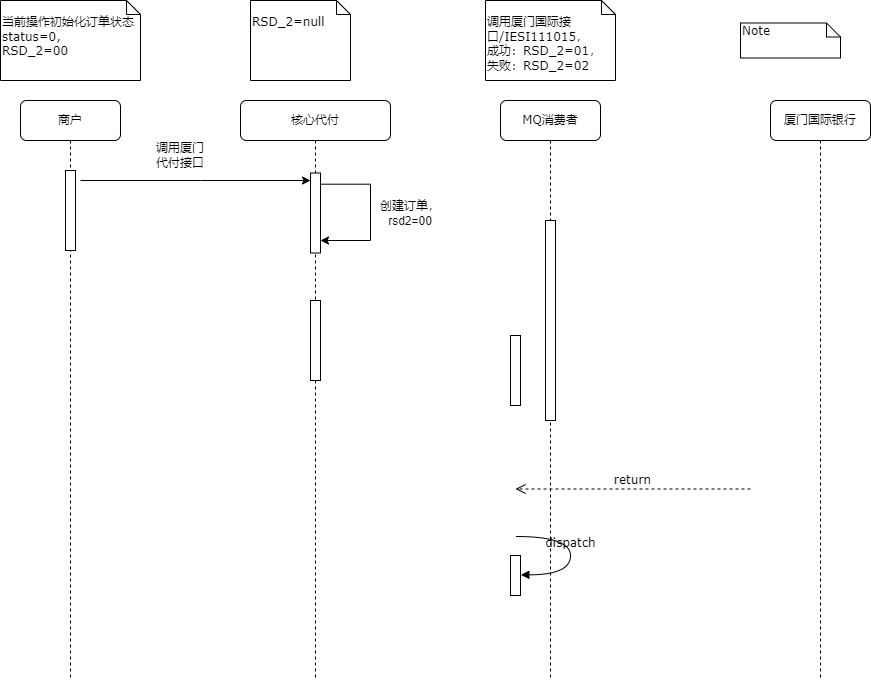
This is 厦门银行订单状态RSD_2.png from songyibo2019/mydiagrams, a draw.io export, as it was before one commit. Source tidied: cells renumbered, new cells last; positions are measured from the earlier drawing's top-left corner, leaving out a move shared by most shapes.
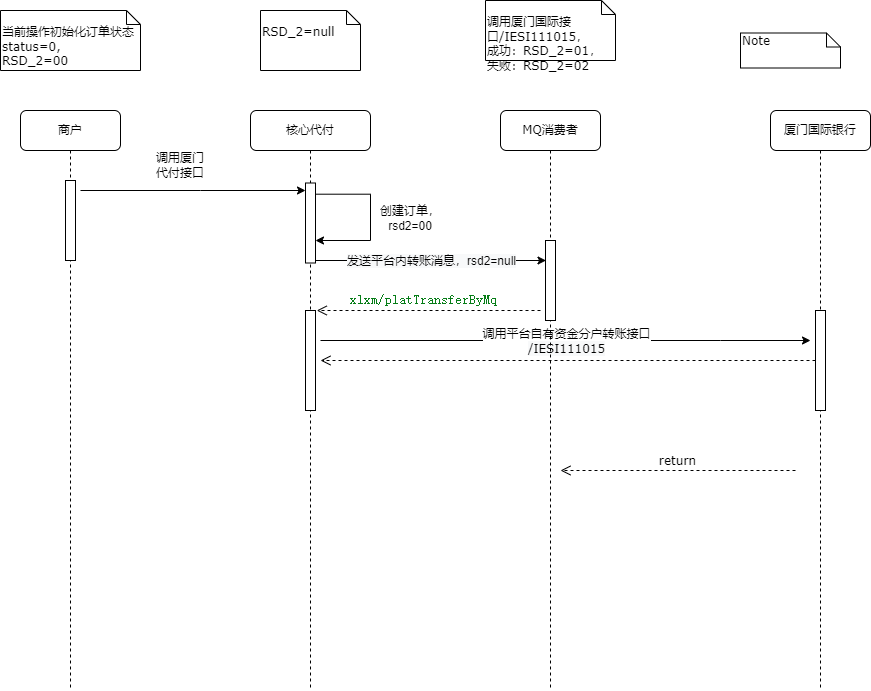
After the change.

Commit message:
Update 厦门银行订单状态RSD_2.png

Change to the diagram source:
```diff
@@ -3,17 +3,19 @@
     <mxCell id="0" />
     <mxCell id="1" parent="0" />
     <mxCell id="2" value="核心代付" style="shape=umlLifeline;perimeter=lifelinePerimeter;whiteSpace=wrap;html=1;rounded=1;shadow=0;comic=0;labelBackgroundColor=none;strokeWidth=1;fontFamily=Verdana;fontSize=12;align=center;" parent="1" vertex="1">
-      <mxGeometry x="240" y="100" width="150" height="580" as="geometry" />
+      <mxGeometry x="250" y="100" width="120" height="580" as="geometry" />
     </mxCell>
     <mxCell id="3" style="html=1;points=[];perimeter=orthogonalPerimeter;rounded=0;shadow=0;comic=0;labelBackgroundColor=none;strokeWidth=1;fontFamily=Verdana;fontSize=12;align=center;" parent="2" vertex="1">
-      <mxGeometry x="70" y="72.5" width="10" height="80" as="geometry" />
+      <mxGeometry x="55" y="72.5" width="10" height="80" as="geometry" />
     </mxCell>
     <mxCell id="4" style="html=1;perimeter=orthogonalPerimeter;rounded=0;shadow=0;comic=0;labelBackgroundColor=none;strokeWidth=1;fontFamily=Verdana;fontSize=12;align=center;" parent="2" vertex="1">
-      <mxGeometry x="70" y="200" width="10" height="80" as="geometry" />
+      <mxGeometry x="55" y="200" width="10" height="100" as="geometry" />
     </mxCell>
     <mxCell id="5" style="edgeStyle=elbowEdgeStyle;elbow=vertical;endArrow=classic;html=1;rounded=0;exitX=1;exitY=0.14;exitDx=0;exitDy=0;exitPerimeter=0;" parent="2" edge="1" source="3" target="3">
       <mxGeometry relative="1" as="geometry">
         <Array as="points">
+          <mxPoint x="120" y="130" />
+          <mxPoint x="100" y="130" />
           <mxPoint x="130" y="140" />
           <mxPoint x="150" y="130" />
           <mxPoint x="160" y="140" />
@@ -28,18 +30,42 @@
         </Array>
       </mxGeometry>
     </mxCell>
-    <mxCell id="6" value="创建订单，rsd2=00" style="text;html=1;strokeColor=none;fillColor=none;align=center;verticalAlign=middle;whiteSpace=wrap;rounded=0;" parent="2" vertex="1">
-      <mxGeometry x="130" y="95" width="80" height="35" as="geometry" />
-    </mxCell>
+    <mxCell id="22" style="endArrow=classic;html=1;rounded=0;" parent="2" edge="1">
+      <mxGeometry relative="1" as="geometry">
+        <mxPoint x="70" y="230" as="sourcePoint" />
+        <mxPoint x="560" y="230" as="targetPoint" />
+        <Array as="points">
+          <mxPoint x="470" y="230" />
+        </Array>
+      </mxGeometry>
+    </mxCell>
+    <mxCell id="23" value="调用平台自有资金分户转账接口&lt;br&gt;&lt;span style=&quot;font-family: &amp;#34;verdana&amp;#34; ; font-size: 10px ; text-align: left ; background-color: rgb(248 , 249 , 250)&quot;&gt;/IESI111015&lt;/span&gt;" style="edgeLabel;html=1;align=center;verticalAlign=middle;" parent="22" vertex="1">
+      <mxGeometry relative="1" as="geometry" />
+    </mxCell>
     <mxCell id="7" value="MQ消费者" style="shape=umlLifeline;perimeter=lifelinePerimeter;whiteSpace=wrap;html=1;rounded=1;shadow=0;comic=0;labelBackgroundColor=none;strokeWidth=1;fontFamily=Verdana;fontSize=12;align=center;" parent="1" vertex="1">
       <mxGeometry x="500" y="100" width="100" height="580" as="geometry" />
     </mxCell>
     <mxCell id="8" style="html=1;perimeter=orthogonalPerimeter;rounded=0;shadow=0;comic=0;labelBackgroundColor=none;strokeWidth=1;fontFamily=Verdana;fontSize=12;align=center;" parent="7" vertex="1">
-      <mxGeometry x="45" y="120" width="10" height="200" as="geometry" />
+      <mxGeometry x="45" y="130" width="10" height="80" as="geometry" />
     </mxCell>
+    <mxCell id="24" style="endArrow=classic;html=1;rounded=0;" parent="7" edge="1">
+      <mxGeometry relative="1" as="geometry">
+        <mxPoint x="-185" y="150" as="sourcePoint" />
+        <mxPoint x="45.5" y="150" as="targetPoint" />
+        <Array as="points">
+          <mxPoint x="-24.5" y="150" />
+        </Array>
+      </mxGeometry>
+    </mxCell>
+    <mxCell id="25" value="&lt;span style=&quot;font-size: 12px ; background-color: rgb(248 , 249 , 250)&quot;&gt;发送平台内转账消息，rsd2=null&lt;/span&gt;" style="edgeLabel;html=1;align=center;verticalAlign=middle;" parent="24" vertex="1">
+      <mxGeometry relative="1" as="geometry" />
+    </mxCell>
     <mxCell id="9" value="厦门国际银行" style="shape=umlLifeline;perimeter=lifelinePerimeter;whiteSpace=wrap;html=1;rounded=1;shadow=0;comic=0;labelBackgroundColor=none;strokeWidth=1;fontFamily=Verdana;fontSize=12;align=center;" parent="1" vertex="1">
       <mxGeometry x="770" y="100" width="100" height="580" as="geometry" />
     </mxCell>
+    <mxCell id="26" style="html=1;perimeter=orthogonalPerimeter;rounded=0;shadow=0;comic=0;labelBackgroundColor=none;strokeWidth=1;fontFamily=Verdana;fontSize=12;align=center;" parent="9" vertex="1">
+      <mxGeometry x="45" y="200" width="10" height="100" as="geometry" />
+    </mxCell>
     <mxCell id="10" value="商户" style="shape=umlLifeline;perimeter=lifelinePerimeter;whiteSpace=wrap;html=1;rounded=1;shadow=0;comic=0;labelBackgroundColor=none;strokeWidth=1;fontFamily=Verdana;fontSize=12;align=center;" parent="1" vertex="1">
       <mxGeometry x="20" y="100" width="100" height="580" as="geometry" />
     </mxCell>
@@ -48,34 +74,18 @@
     </mxCell>
     <mxCell id="12" value="return" style="html=1;verticalAlign=bottom;endArrow=open;dashed=1;endSize=8;exitX=0;exitY=0.95;labelBackgroundColor=none;fontFamily=Verdana;fontSize=12;" parent="1" edge="1">
       <mxGeometry relative="1" as="geometry">
-        <mxPoint x="750" y="488.5" as="sourcePoint" />
-        <mxPoint x="515" y="488.5" as="targetPoint" />
+        <mxPoint x="795" y="460" as="sourcePoint" />
+        <mxPoint x="560" y="460" as="targetPoint" />
       </mxGeometry>
     </mxCell>
-    <mxCell id="13" style="html=1;perimeter=orthogonalPerimeter;rounded=0;shadow=0;comic=0;labelBackgroundColor=none;strokeWidth=1;fontFamily=Verdana;fontSize=12;align=center;" parent="1" vertex="1">
-      <mxGeometry x="510" y="335" width="10" height="70" as="geometry" />
-    </mxCell>
-    <mxCell id="14" style="html=1;perimeter=orthogonalPerimeter;rounded=0;shadow=0;comic=0;labelBackgroundColor=none;strokeWidth=1;fontFamily=Verdana;fontSize=12;align=center;" parent="1" vertex="1">
-      <mxGeometry x="510" y="555" width="10" height="40" as="geometry" />
-    </mxCell>
-    <mxCell id="15" value="dispatch" style="html=1;verticalAlign=bottom;endArrow=block;labelBackgroundColor=none;fontFamily=Verdana;fontSize=12;elbow=vertical;edgeStyle=orthogonalEdgeStyle;curved=1;entryX=1;entryY=0.286;entryPerimeter=0;exitX=1.038;exitY=0.345;exitPerimeter=0;" parent="1" edge="1">
-      <mxGeometry relative="1" as="geometry">
-        <mxPoint x="515.3" y="536" as="sourcePoint" />
-        <mxPoint x="520.3" y="574.3" as="targetPoint" />
-        <Array as="points">
-          <mxPoint x="570" y="536" />
-          <mxPoint x="570" y="574" />
-        </Array>
-      </mxGeometry>
-    </mxCell>
     <mxCell id="16" value="&lt;br&gt;当前操作初始化订单状态status=0, &lt;br&gt;RSD_2=00" style="shape=note;whiteSpace=wrap;html=1;size=14;verticalAlign=top;align=left;spacingTop=-6;rounded=0;shadow=0;comic=0;labelBackgroundColor=none;strokeWidth=1;fontFamily=Verdana;fontSize=12;" parent="1" vertex="1">
-      <mxGeometry width="140" height="80" as="geometry" />
+      <mxGeometry width="140" height="60" as="geometry" />
     </mxCell>
     <mxCell id="17" value="&lt;br&gt;RSD_2=null" style="shape=note;whiteSpace=wrap;html=1;size=14;verticalAlign=top;align=left;spacingTop=-6;rounded=0;shadow=0;comic=0;labelBackgroundColor=none;strokeWidth=1;fontFamily=Verdana;fontSize=12;" parent="1" vertex="1">
-      <mxGeometry x="250" width="100" height="80" as="geometry" />
+      <mxGeometry x="260" width="100" height="60" as="geometry" />
     </mxCell>
     <mxCell id="18" value="&lt;font style=&quot;font-size: 10px&quot;&gt;&lt;br&gt;调用厦门国际接口/IESI111015，&lt;br&gt;成功：RSD_2=01，&lt;br&gt;失败：RSD_2=02&lt;/font&gt;" style="shape=note;whiteSpace=wrap;html=1;size=14;verticalAlign=top;align=left;spacingTop=-6;rounded=0;shadow=0;comic=0;labelBackgroundColor=none;strokeWidth=1;fontFamily=Verdana;fontSize=12;" parent="1" vertex="1">
-      <mxGeometry x="485" width="130" height="80" as="geometry" />
+      <mxGeometry x="485" y="-10" width="130" height="60" as="geometry" />
     </mxCell>
     <mxCell id="19" value="Note" style="shape=note;whiteSpace=wrap;html=1;size=14;verticalAlign=top;align=left;spacingTop=-6;rounded=0;shadow=0;comic=0;labelBackgroundColor=none;strokeWidth=1;fontFamily=Verdana;fontSize=12;" parent="1" vertex="1">
       <mxGeometry x="740" y="22.5" width="100" height="35" as="geometry" />
@@ -91,5 +101,20 @@
         </Array>
       </mxGeometry>
     </mxCell>
+    <mxCell id="27" value="&lt;span style=&quot;color: rgb(6 , 125 , 23) ; background-color: rgb(255 , 255 , 255) ; font-family: &amp;#34;jetbrains mono&amp;#34; , monospace ; font-size: 9.8pt&quot;&gt;xlxm/platTransferByMq&lt;/span&gt;" style="html=1;verticalAlign=bottom;endArrow=open;dashed=1;endSize=8;labelBackgroundColor=none;fontFamily=Verdana;fontSize=12;" parent="1" edge="1">
+      <mxGeometry x="0.05" relative="1" as="geometry">
+        <mxPoint x="540" y="300" as="sourcePoint" />
+        <mxPoint x="316.2" y="300" as="targetPoint" />
+      </mxGeometry>
+    </mxCell>
+    <mxCell id="6" value="创建订单，rsd2=00" style="text;html=1;strokeColor=none;fillColor=none;align=center;verticalAlign=middle;whiteSpace=wrap;rounded=0;" parent="1" vertex="1">
+      <mxGeometry x="370" y="190" width="80" height="35" as="geometry" />
+    </mxCell>
+    <mxCell id="28" style="html=1;verticalAlign=bottom;endArrow=open;dashed=1;endSize=8;exitX=0;exitY=0.95;labelBackgroundColor=none;fontFamily=Verdana;fontSize=12;" parent="1" edge="1">
+      <mxGeometry x="-0.01" y="50" relative="1" as="geometry">
+        <mxPoint x="815" y="350" as="sourcePoint" />
+        <mxPoint x="320" y="350" as="targetPoint" />
+      </mxGeometry>
+    </mxCell>
   </root>
 </mxGraphModel>
```
